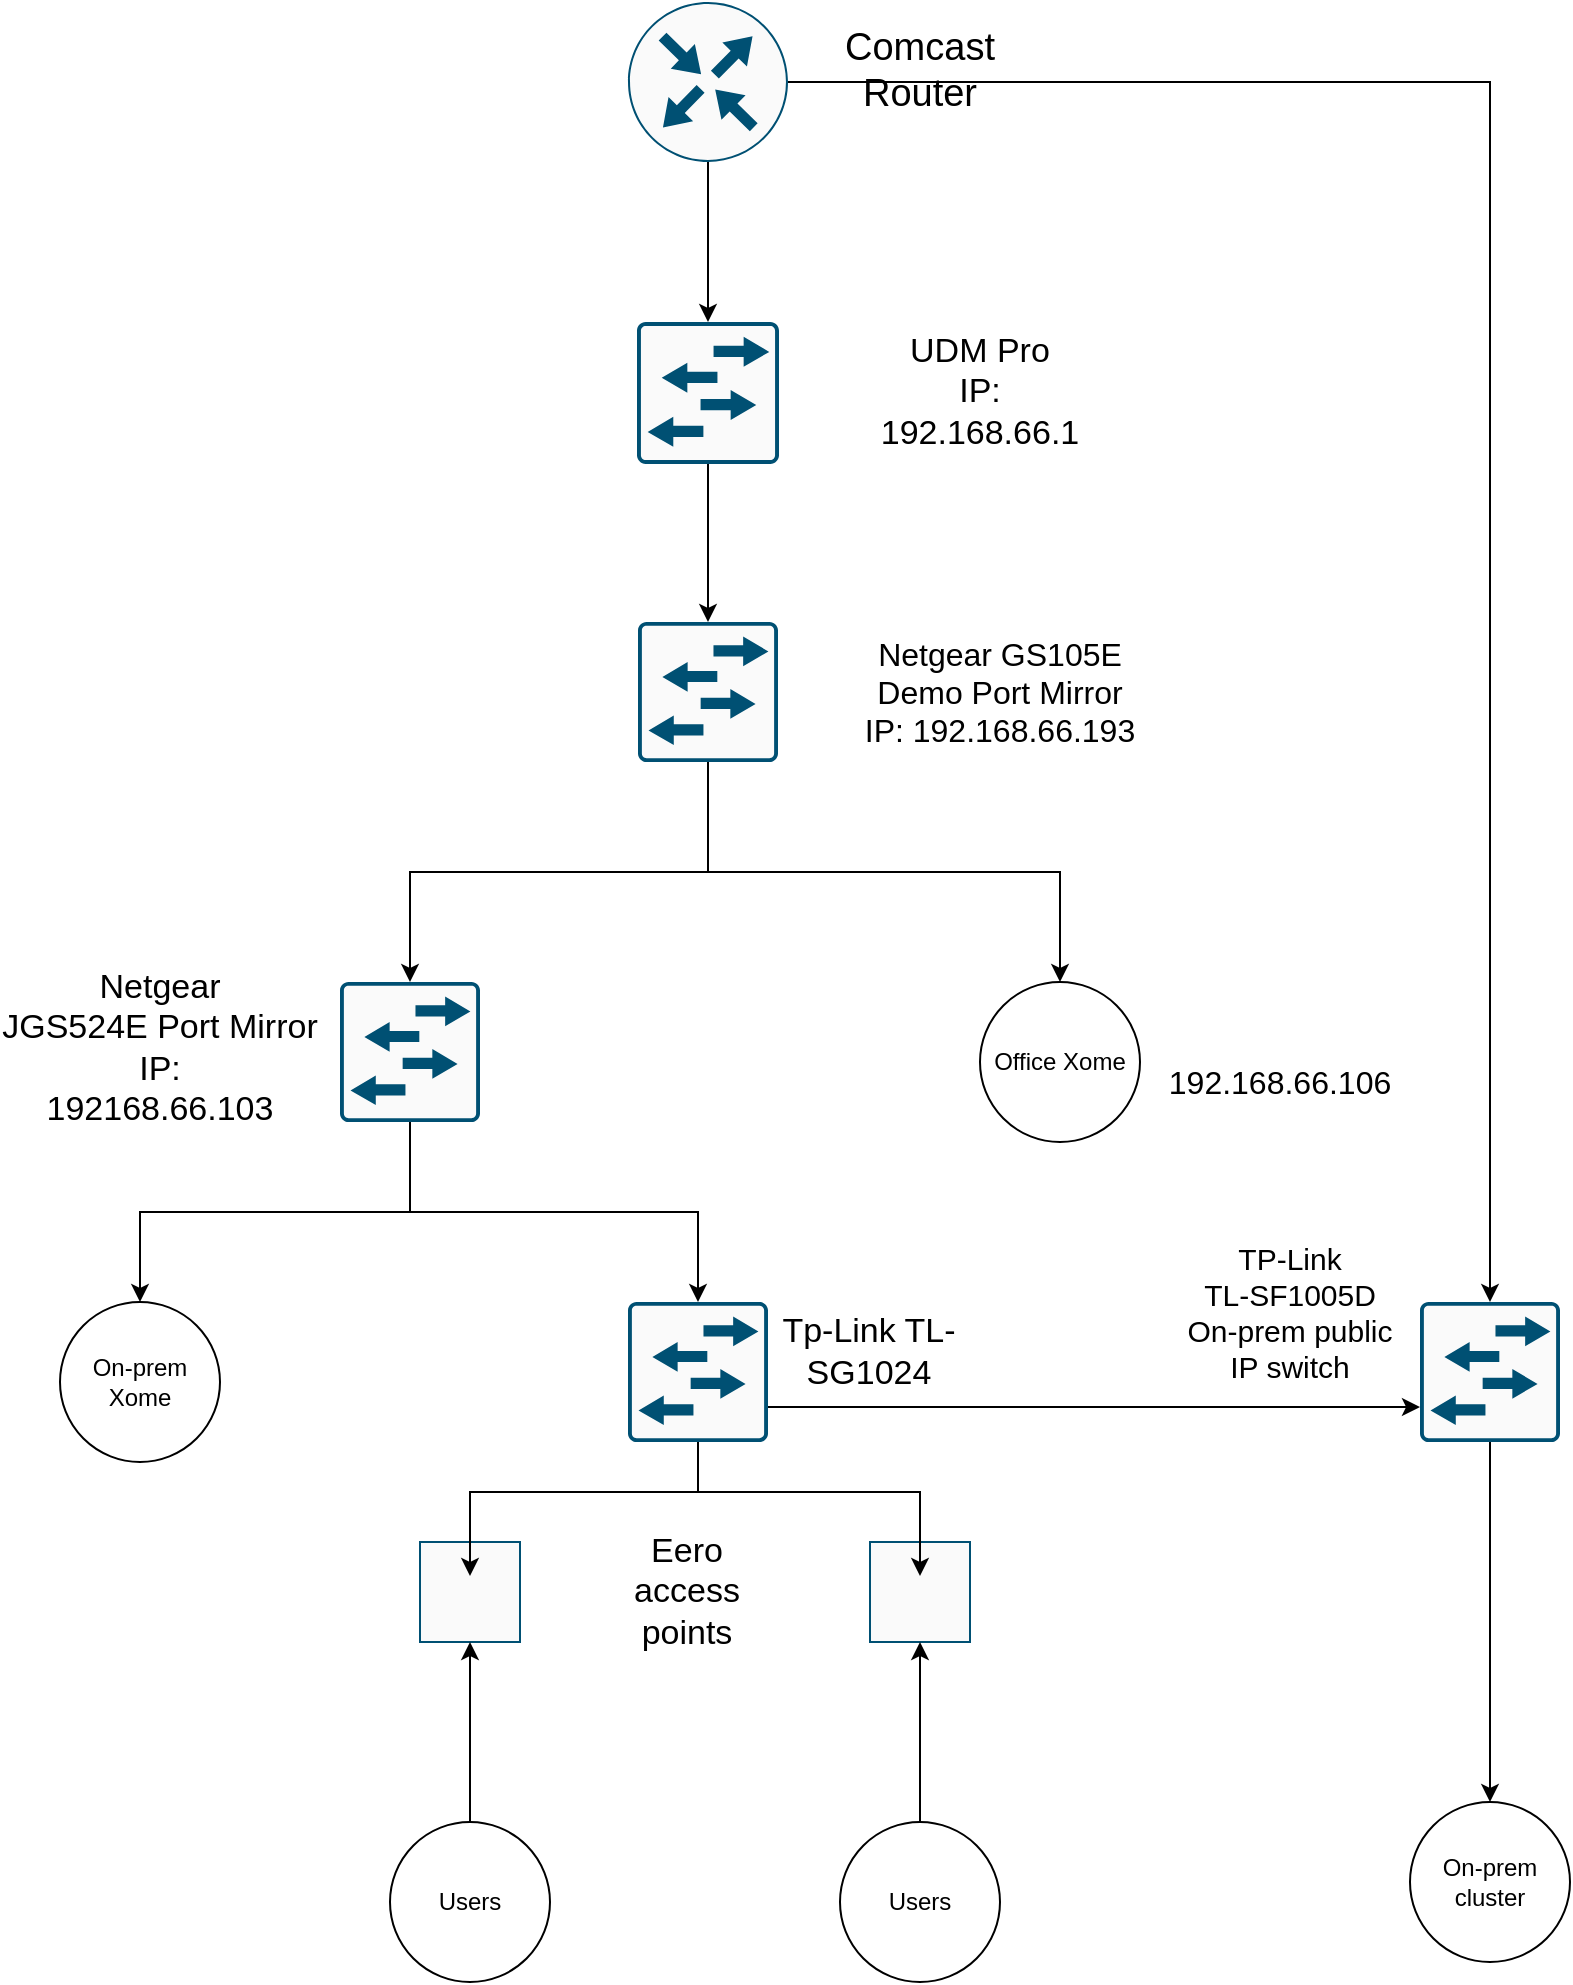
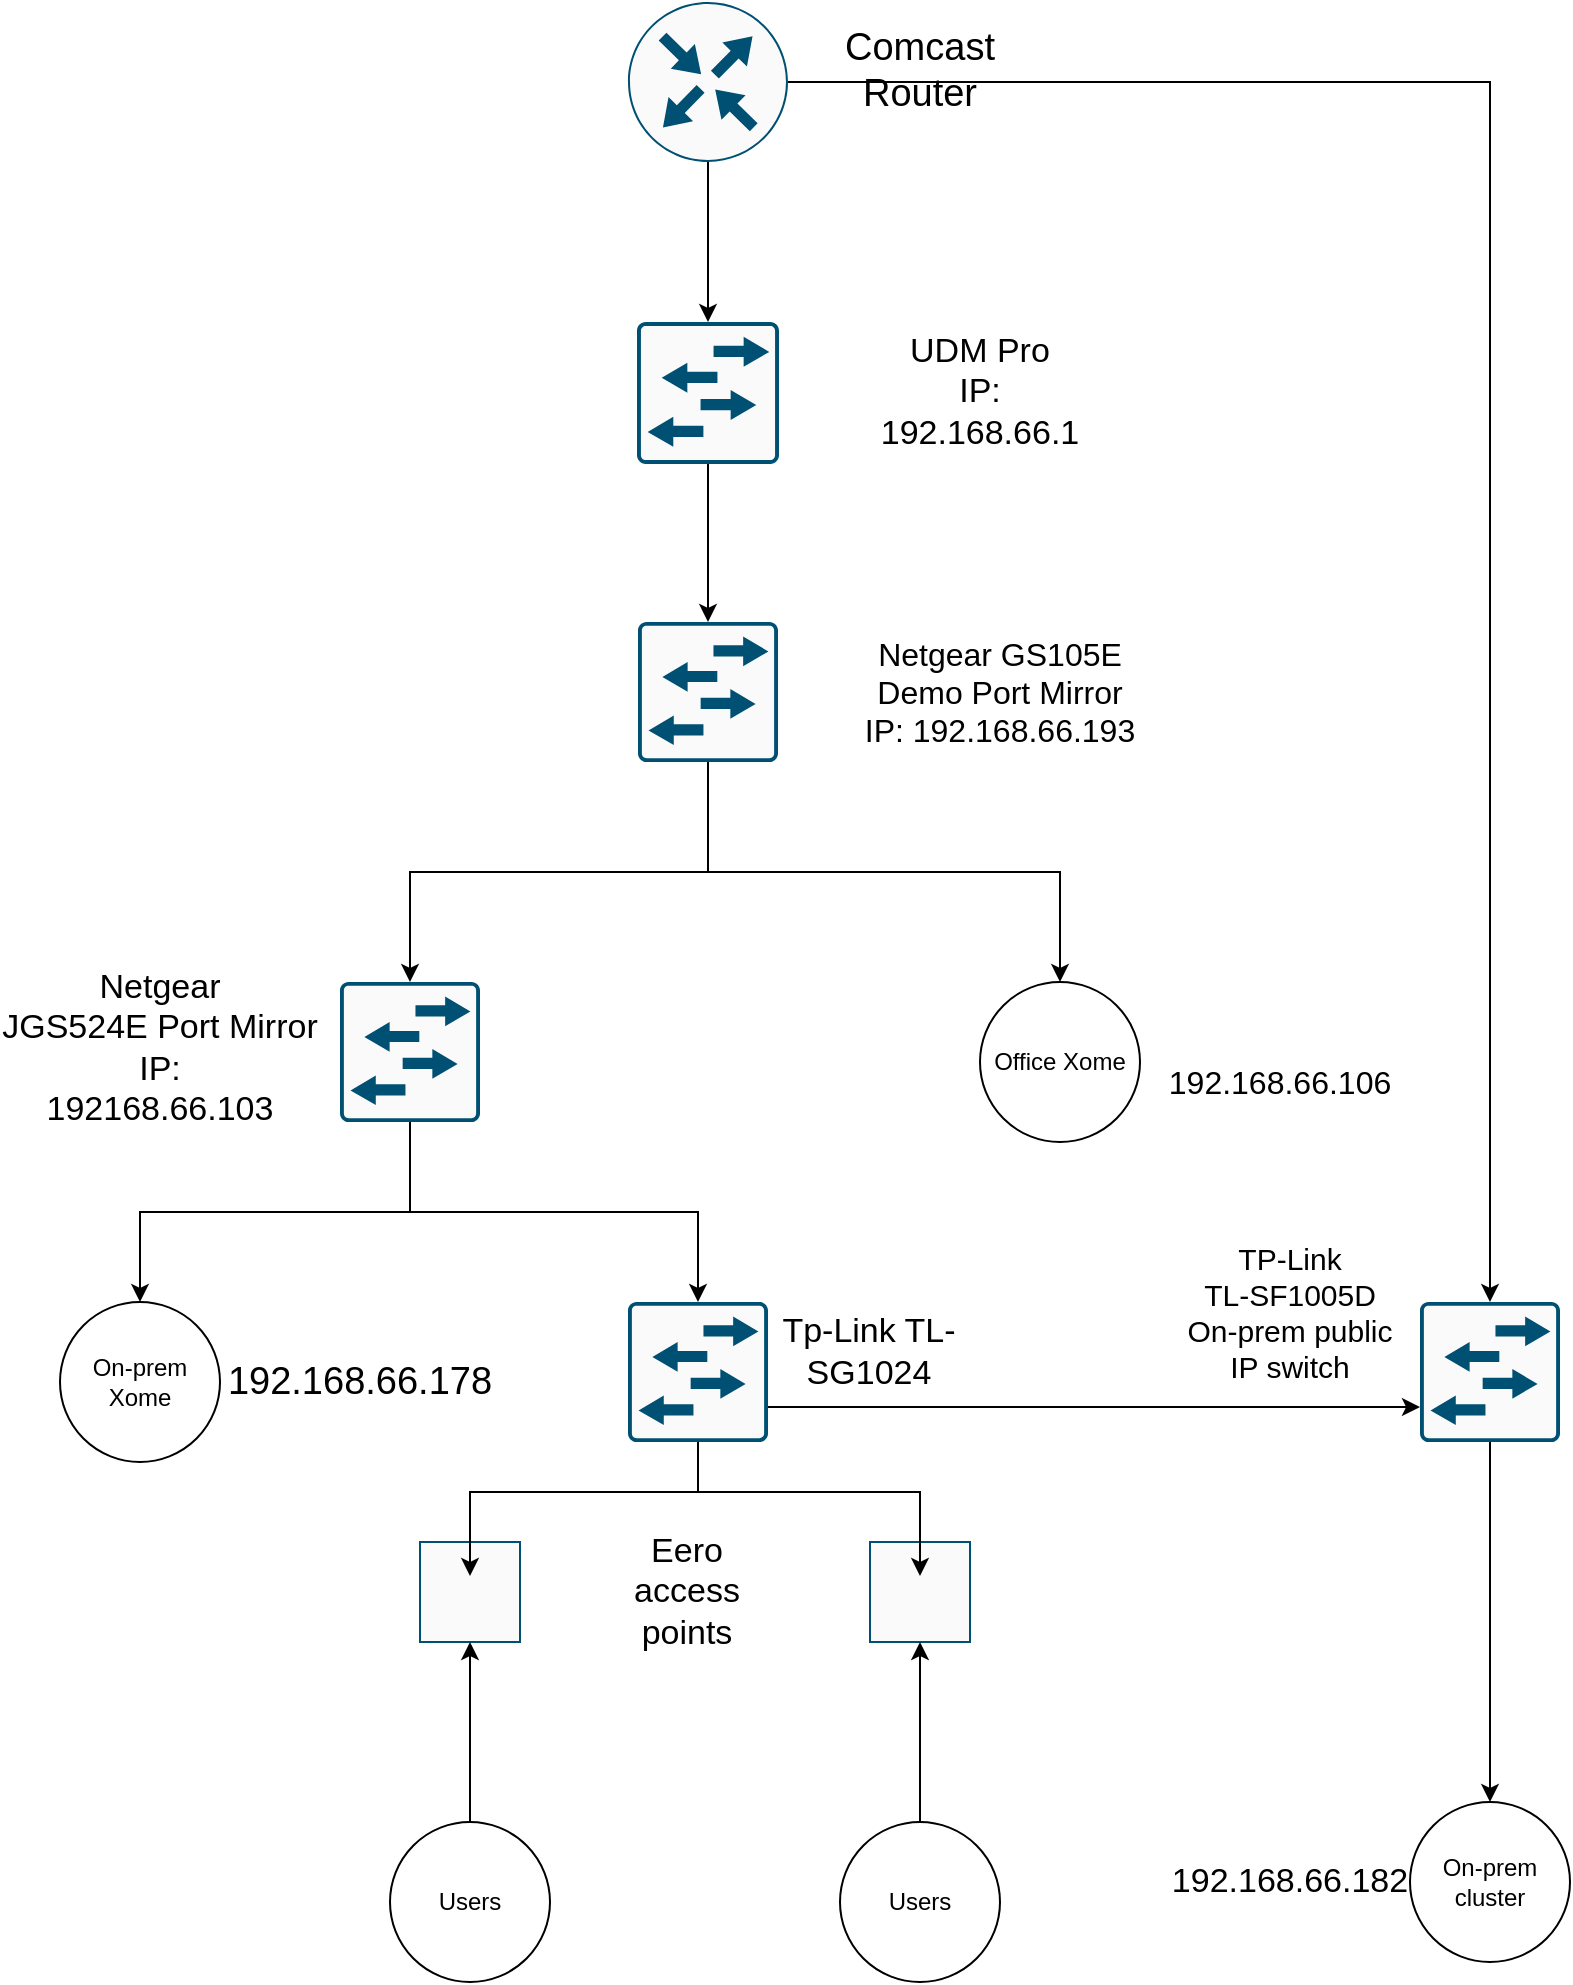
<mxfile host="app.diagrams.net" agent="Mozilla/5.0 (Windows NT 10.0; Win64; x64) AppleWebKit/537.36 (KHTML, like Gecko) Chrome/146.0.0.0 Safari/537.36" version="29.6.1">
  <diagram name="Page-1" id="R-Y7KBuCbYG2AV0lnIDv">
-     <mxGraphModel dx="1426" dy="777" grid="1" gridSize="10" guides="1" tooltips="1" connect="1" arrows="1" fold="1" page="1" pageScale="1" pageWidth="850" pageHeight="1100" math="0" shadow="0">
+     <mxGraphModel dx="2037" dy="1110" grid="1" gridSize="10" guides="1" tooltips="1" connect="1" arrows="1" fold="1" page="1" pageScale="1" pageWidth="850" pageHeight="1100" math="0" shadow="0">
      <root>
        <mxCell id="0" />
        <mxCell id="1" parent="0" />
        <mxCell id="pAvqiTL6ukbmrRwUFuv0-3" parent="1" style="text;html=1;whiteSpace=wrap;strokeColor=none;fillColor=none;align=center;verticalAlign=middle;rounded=0;" value="&lt;font style=&quot;font-size: 19px;&quot;&gt;Comcast Router&lt;/font&gt;" vertex="1">
          <mxGeometry height="30" width="60" x="480" y="59" as="geometry" />
        </mxCell>
        <mxCell id="pAvqiTL6ukbmrRwUFuv0-4" parent="1" style="sketch=0;points=[[0.015,0.015,0],[0.985,0.015,0],[0.985,0.985,0],[0.015,0.985,0],[0.25,0,0],[0.5,0,0],[0.75,0,0],[1,0.25,0],[1,0.5,0],[1,0.75,0],[0.75,1,0],[0.5,1,0],[0.25,1,0],[0,0.75,0],[0,0.5,0],[0,0.25,0]];verticalLabelPosition=bottom;html=1;verticalAlign=top;aspect=fixed;align=center;pointerEvents=1;shape=mxgraph.cisco19.rect;prIcon=l2_switch;fillColor=#FAFAFA;strokeColor=#005073;" value="" vertex="1">
          <mxGeometry height="71" width="71" x="368.5" y="200" as="geometry" />
        </mxCell>
        <mxCell id="pAvqiTL6ukbmrRwUFuv0-7" parent="1" style="sketch=0;points=[[0.5,0,0],[1,0.5,0],[0.5,1,0],[0,0.5,0],[0.145,0.145,0],[0.8555,0.145,0],[0.855,0.8555,0],[0.145,0.855,0]];verticalLabelPosition=bottom;html=1;verticalAlign=top;aspect=fixed;align=center;pointerEvents=1;shape=mxgraph.cisco19.rect;prIcon=router;fillColor=#FAFAFA;strokeColor=#005073;" value="" vertex="1">
          <mxGeometry height="80" width="80" x="364" y="40" as="geometry" />
        </mxCell>
        <mxCell id="pAvqiTL6ukbmrRwUFuv0-8" edge="1" parent="1" source="pAvqiTL6ukbmrRwUFuv0-7" style="edgeStyle=orthogonalEdgeStyle;rounded=0;orthogonalLoop=1;jettySize=auto;html=1;exitX=0.5;exitY=1;exitDx=0;exitDy=0;exitPerimeter=0;entryX=0.5;entryY=0;entryDx=0;entryDy=0;entryPerimeter=0;" target="pAvqiTL6ukbmrRwUFuv0-4">
          <mxGeometry relative="1" as="geometry" />
        </mxCell>
        <mxCell id="pAvqiTL6ukbmrRwUFuv0-9" parent="1" style="text;html=1;whiteSpace=wrap;strokeColor=none;fillColor=none;align=center;verticalAlign=middle;rounded=0;" value="&lt;font style=&quot;font-size: 17px;&quot;&gt;UDM Pro&lt;/font&gt;&lt;div&gt;&lt;font style=&quot;font-size: 17px;&quot;&gt;IP:&lt;/font&gt;&lt;/div&gt;&lt;div&gt;&lt;font style=&quot;font-size: 17px;&quot;&gt;192.168.66.1&lt;/font&gt;&lt;/div&gt;" vertex="1">
          <mxGeometry height="70" width="120" x="480" y="200" as="geometry" />
        </mxCell>
        <mxCell id="pAvqiTL6ukbmrRwUFuv0-14" edge="1" parent="1" source="pAvqiTL6ukbmrRwUFuv0-10" style="edgeStyle=orthogonalEdgeStyle;rounded=0;orthogonalLoop=1;jettySize=auto;html=1;exitX=0.5;exitY=1;exitDx=0;exitDy=0;exitPerimeter=0;entryX=0.5;entryY=0;entryDx=0;entryDy=0;" target="pAvqiTL6ukbmrRwUFuv0-13">
          <mxGeometry relative="1" as="geometry" />
        </mxCell>
        <mxCell id="pAvqiTL6ukbmrRwUFuv0-10" parent="1" style="sketch=0;points=[[0.015,0.015,0],[0.985,0.015,0],[0.985,0.985,0],[0.015,0.985,0],[0.25,0,0],[0.5,0,0],[0.75,0,0],[1,0.25,0],[1,0.5,0],[1,0.75,0],[0.75,1,0],[0.5,1,0],[0.25,1,0],[0,0.75,0],[0,0.5,0],[0,0.25,0]];verticalLabelPosition=bottom;html=1;verticalAlign=top;aspect=fixed;align=center;pointerEvents=1;shape=mxgraph.cisco19.rect;prIcon=l2_switch;fillColor=#FAFAFA;strokeColor=#005073;" value="" vertex="1">
          <mxGeometry height="70" width="70" x="369" y="350" as="geometry" />
        </mxCell>
        <mxCell id="pAvqiTL6ukbmrRwUFuv0-11" edge="1" parent="1" source="pAvqiTL6ukbmrRwUFuv0-4" style="edgeStyle=orthogonalEdgeStyle;rounded=0;orthogonalLoop=1;jettySize=auto;html=1;exitX=0.5;exitY=1;exitDx=0;exitDy=0;exitPerimeter=0;entryX=0.5;entryY=0;entryDx=0;entryDy=0;entryPerimeter=0;" target="pAvqiTL6ukbmrRwUFuv0-10">
          <mxGeometry relative="1" as="geometry" />
        </mxCell>
        <mxCell id="pAvqiTL6ukbmrRwUFuv0-12" parent="1" style="text;html=1;whiteSpace=wrap;strokeColor=none;fillColor=none;align=center;verticalAlign=middle;rounded=0;" value="&lt;font style=&quot;font-size: 16px;&quot;&gt;Netgear GS105E Demo Port Mirror&lt;/font&gt;&lt;div&gt;&lt;font style=&quot;font-size: 16px;&quot;&gt;IP: 192.168.66.193&lt;/font&gt;&lt;/div&gt;" vertex="1">
          <mxGeometry height="90" width="160" x="470" y="340" as="geometry" />
        </mxCell>
        <mxCell id="pAvqiTL6ukbmrRwUFuv0-13" parent="1" style="ellipse;whiteSpace=wrap;html=1;aspect=fixed;" value="Office Xome" vertex="1">
          <mxGeometry height="80" width="80" x="540" y="530" as="geometry" />
        </mxCell>
        <mxCell id="pAvqiTL6ukbmrRwUFuv0-21" edge="1" parent="1" source="pAvqiTL6ukbmrRwUFuv0-16" style="edgeStyle=orthogonalEdgeStyle;rounded=0;orthogonalLoop=1;jettySize=auto;html=1;exitX=0.5;exitY=1;exitDx=0;exitDy=0;exitPerimeter=0;entryX=0.5;entryY=0;entryDx=0;entryDy=0;" target="pAvqiTL6ukbmrRwUFuv0-20">
          <mxGeometry relative="1" as="geometry" />
        </mxCell>
        <mxCell id="pAvqiTL6ukbmrRwUFuv0-16" parent="1" style="sketch=0;points=[[0.015,0.015,0],[0.985,0.015,0],[0.985,0.985,0],[0.015,0.985,0],[0.25,0,0],[0.5,0,0],[0.75,0,0],[1,0.25,0],[1,0.5,0],[1,0.75,0],[0.75,1,0],[0.5,1,0],[0.25,1,0],[0,0.75,0],[0,0.5,0],[0,0.25,0]];verticalLabelPosition=bottom;html=1;verticalAlign=top;aspect=fixed;align=center;pointerEvents=1;shape=mxgraph.cisco19.rect;prIcon=l2_switch;fillColor=#FAFAFA;strokeColor=#005073;" value="" vertex="1">
          <mxGeometry height="70" width="70" x="220" y="530" as="geometry" />
        </mxCell>
        <mxCell id="pAvqiTL6ukbmrRwUFuv0-17" edge="1" parent="1" source="pAvqiTL6ukbmrRwUFuv0-10" style="edgeStyle=orthogonalEdgeStyle;rounded=0;orthogonalLoop=1;jettySize=auto;html=1;exitX=0.5;exitY=1;exitDx=0;exitDy=0;exitPerimeter=0;entryX=0.5;entryY=0;entryDx=0;entryDy=0;entryPerimeter=0;" target="pAvqiTL6ukbmrRwUFuv0-16">
          <mxGeometry relative="1" as="geometry" />
        </mxCell>
        <mxCell id="pAvqiTL6ukbmrRwUFuv0-18" parent="1" style="text;html=1;whiteSpace=wrap;strokeColor=none;fillColor=none;align=center;verticalAlign=middle;rounded=0;" value="&lt;font style=&quot;font-size: 17px;&quot;&gt;Netgear&lt;/font&gt;&lt;div&gt;&lt;font style=&quot;font-size: 17px;&quot;&gt;JGS524E Port Mirror IP:&lt;/font&gt;&lt;/div&gt;&lt;div&gt;&lt;font style=&quot;font-size: 17px;&quot;&gt;192168.66.103&lt;/font&gt;&lt;/div&gt;" vertex="1">
          <mxGeometry height="95" width="160" x="50" y="515" as="geometry" />
        </mxCell>
        <mxCell id="pAvqiTL6ukbmrRwUFuv0-19" parent="1" style="text;html=1;whiteSpace=wrap;strokeColor=none;fillColor=none;align=center;verticalAlign=middle;rounded=0;" value="&lt;font style=&quot;font-size: 16px;&quot;&gt;192.168.66.106&lt;/font&gt;" vertex="1">
          <mxGeometry height="40" width="120" x="630" y="560" as="geometry" />
        </mxCell>
        <mxCell id="pAvqiTL6ukbmrRwUFuv0-20" parent="1" style="ellipse;whiteSpace=wrap;html=1;aspect=fixed;" value="On-prem Xome" vertex="1">
          <mxGeometry height="80" width="80" x="80" y="690" as="geometry" />
        </mxCell>
        <mxCell id="pAvqiTL6ukbmrRwUFuv0-22" parent="1" style="sketch=0;points=[[0.015,0.015,0],[0.985,0.015,0],[0.985,0.985,0],[0.015,0.985,0],[0.25,0,0],[0.5,0,0],[0.75,0,0],[1,0.25,0],[1,0.5,0],[1,0.75,0],[0.75,1,0],[0.5,1,0],[0.25,1,0],[0,0.75,0],[0,0.5,0],[0,0.25,0]];verticalLabelPosition=bottom;html=1;verticalAlign=top;aspect=fixed;align=center;pointerEvents=1;shape=mxgraph.cisco19.rect;prIcon=l2_switch;fillColor=#FAFAFA;strokeColor=#005073;" value="" vertex="1">
          <mxGeometry height="70" width="70" x="364" y="690" as="geometry" />
        </mxCell>
        <mxCell id="pAvqiTL6ukbmrRwUFuv0-23" parent="1" style="text;html=1;whiteSpace=wrap;strokeColor=none;fillColor=none;align=center;verticalAlign=middle;rounded=0;" value="&lt;font style=&quot;font-size: 17px;&quot;&gt;Tp-Link TL-SG1024&lt;/font&gt;" vertex="1">
          <mxGeometry height="30" width="90.5" x="439" y="700" as="geometry" />
        </mxCell>
        <mxCell id="pAvqiTL6ukbmrRwUFuv0-24" edge="1" parent="1" source="pAvqiTL6ukbmrRwUFuv0-16" style="edgeStyle=orthogonalEdgeStyle;rounded=0;orthogonalLoop=1;jettySize=auto;html=1;exitX=0.5;exitY=1;exitDx=0;exitDy=0;exitPerimeter=0;entryX=0.5;entryY=0;entryDx=0;entryDy=0;entryPerimeter=0;" target="pAvqiTL6ukbmrRwUFuv0-22">
          <mxGeometry relative="1" as="geometry" />
        </mxCell>
        <mxCell id="pAvqiTL6ukbmrRwUFuv0-25" parent="1" style="points=[[0.03,0.36,0],[0.18,0,0],[0.5,0.34,0],[0.82,0,0],[0.97,0.36,0],[1,0.67,0],[0.975,0.975,0],[0.5,1,0],[0.025,0.975,0],[0,0.67,0]];verticalLabelPosition=bottom;sketch=0;html=1;verticalAlign=top;aspect=fixed;align=center;pointerEvents=1;shape=mxgraph.cisco19.wireless_access_point2;fillColor=#fafafa;strokeColor=#005073;" value="" vertex="1">
          <mxGeometry height="50" width="50" x="260" y="810" as="geometry" />
        </mxCell>
        <mxCell id="pAvqiTL6ukbmrRwUFuv0-26" parent="1" style="points=[[0.03,0.36,0],[0.18,0,0],[0.5,0.34,0],[0.82,0,0],[0.97,0.36,0],[1,0.67,0],[0.975,0.975,0],[0.5,1,0],[0.025,0.975,0],[0,0.67,0]];verticalLabelPosition=bottom;sketch=0;html=1;verticalAlign=top;aspect=fixed;align=center;pointerEvents=1;shape=mxgraph.cisco19.wireless_access_point2;fillColor=#fafafa;strokeColor=#005073;" value="" vertex="1">
          <mxGeometry height="50" width="50" x="485" y="810" as="geometry" />
        </mxCell>
        <mxCell id="pAvqiTL6ukbmrRwUFuv0-27" edge="1" parent="1" source="pAvqiTL6ukbmrRwUFuv0-22" style="edgeStyle=orthogonalEdgeStyle;rounded=0;orthogonalLoop=1;jettySize=auto;html=1;exitX=0.5;exitY=1;exitDx=0;exitDy=0;exitPerimeter=0;entryX=0.5;entryY=0.34;entryDx=0;entryDy=0;entryPerimeter=0;" target="pAvqiTL6ukbmrRwUFuv0-25">
          <mxGeometry relative="1" as="geometry" />
        </mxCell>
        <mxCell id="pAvqiTL6ukbmrRwUFuv0-28" edge="1" parent="1" source="pAvqiTL6ukbmrRwUFuv0-22" style="edgeStyle=orthogonalEdgeStyle;rounded=0;orthogonalLoop=1;jettySize=auto;html=1;exitX=0.5;exitY=1;exitDx=0;exitDy=0;exitPerimeter=0;entryX=0.5;entryY=0.34;entryDx=0;entryDy=0;entryPerimeter=0;" target="pAvqiTL6ukbmrRwUFuv0-26">
          <mxGeometry relative="1" as="geometry" />
        </mxCell>
        <mxCell id="pAvqiTL6ukbmrRwUFuv0-29" parent="1" style="text;html=1;whiteSpace=wrap;strokeColor=none;fillColor=none;align=center;verticalAlign=middle;rounded=0;" value="&lt;font style=&quot;font-size: 17px;&quot;&gt;Eero access points&lt;/font&gt;" vertex="1">
          <mxGeometry height="50" width="81" x="353" y="810" as="geometry" />
        </mxCell>
        <mxCell id="pAvqiTL6ukbmrRwUFuv0-30" parent="1" style="ellipse;whiteSpace=wrap;html=1;aspect=fixed;" value="Users" vertex="1">
          <mxGeometry height="80" width="80" x="245" y="950" as="geometry" />
        </mxCell>
        <mxCell id="pAvqiTL6ukbmrRwUFuv0-31" parent="1" style="ellipse;whiteSpace=wrap;html=1;aspect=fixed;" value="Users" vertex="1">
          <mxGeometry height="80" width="80" x="470" y="950" as="geometry" />
        </mxCell>
        <mxCell id="pAvqiTL6ukbmrRwUFuv0-32" edge="1" parent="1" source="pAvqiTL6ukbmrRwUFuv0-30" style="edgeStyle=orthogonalEdgeStyle;rounded=0;orthogonalLoop=1;jettySize=auto;html=1;exitX=0.5;exitY=0;exitDx=0;exitDy=0;entryX=0.5;entryY=1;entryDx=0;entryDy=0;entryPerimeter=0;" target="pAvqiTL6ukbmrRwUFuv0-25">
          <mxGeometry relative="1" as="geometry" />
        </mxCell>
        <mxCell id="pAvqiTL6ukbmrRwUFuv0-33" edge="1" parent="1" source="pAvqiTL6ukbmrRwUFuv0-31" style="edgeStyle=orthogonalEdgeStyle;rounded=0;orthogonalLoop=1;jettySize=auto;html=1;exitX=0.5;exitY=0;exitDx=0;exitDy=0;entryX=0.5;entryY=1;entryDx=0;entryDy=0;entryPerimeter=0;" target="pAvqiTL6ukbmrRwUFuv0-26">
          <mxGeometry relative="1" as="geometry" />
        </mxCell>
        <mxCell id="pAvqiTL6ukbmrRwUFuv0-39" edge="1" parent="1" source="pAvqiTL6ukbmrRwUFuv0-34" style="edgeStyle=orthogonalEdgeStyle;rounded=0;orthogonalLoop=1;jettySize=auto;html=1;exitX=0.5;exitY=1;exitDx=0;exitDy=0;exitPerimeter=0;entryX=0.5;entryY=0;entryDx=0;entryDy=0;" target="pAvqiTL6ukbmrRwUFuv0-38">
          <mxGeometry relative="1" as="geometry" />
        </mxCell>
        <mxCell id="pAvqiTL6ukbmrRwUFuv0-34" parent="1" style="sketch=0;points=[[0.015,0.015,0],[0.985,0.015,0],[0.985,0.985,0],[0.015,0.985,0],[0.25,0,0],[0.5,0,0],[0.75,0,0],[1,0.25,0],[1,0.5,0],[1,0.75,0],[0.75,1,0],[0.5,1,0],[0.25,1,0],[0,0.75,0],[0,0.5,0],[0,0.25,0]];verticalLabelPosition=bottom;html=1;verticalAlign=top;aspect=fixed;align=center;pointerEvents=1;shape=mxgraph.cisco19.rect;prIcon=l2_switch;fillColor=#FAFAFA;strokeColor=#005073;" value="" vertex="1">
          <mxGeometry height="70" width="70" x="760" y="690" as="geometry" />
        </mxCell>
        <mxCell id="pAvqiTL6ukbmrRwUFuv0-35" edge="1" parent="1" source="pAvqiTL6ukbmrRwUFuv0-7" style="edgeStyle=orthogonalEdgeStyle;rounded=0;orthogonalLoop=1;jettySize=auto;html=1;exitX=1;exitY=0.5;exitDx=0;exitDy=0;exitPerimeter=0;entryX=0.5;entryY=0;entryDx=0;entryDy=0;entryPerimeter=0;" target="pAvqiTL6ukbmrRwUFuv0-34">
          <mxGeometry relative="1" as="geometry" />
        </mxCell>
        <mxCell id="pAvqiTL6ukbmrRwUFuv0-36" edge="1" parent="1" source="pAvqiTL6ukbmrRwUFuv0-22" style="edgeStyle=orthogonalEdgeStyle;rounded=0;orthogonalLoop=1;jettySize=auto;html=1;exitX=1;exitY=0.75;exitDx=0;exitDy=0;exitPerimeter=0;entryX=0;entryY=0.75;entryDx=0;entryDy=0;entryPerimeter=0;" target="pAvqiTL6ukbmrRwUFuv0-34">
          <mxGeometry relative="1" as="geometry" />
        </mxCell>
        <mxCell id="pAvqiTL6ukbmrRwUFuv0-37" parent="1" style="text;html=1;whiteSpace=wrap;strokeColor=none;fillColor=none;align=center;verticalAlign=middle;rounded=0;" value="&lt;div&gt;&lt;font style=&quot;font-size: 15px;&quot;&gt;TP-Link&lt;/font&gt;&lt;/div&gt;&lt;font style=&quot;font-size: 15px;&quot;&gt;TL-SF1005D&lt;/font&gt;&lt;div&gt;&lt;span style=&quot;font-size: 15px;&quot;&gt;On-prem public IP switch&lt;/span&gt;&lt;/div&gt;" vertex="1">
          <mxGeometry height="30" width="110" x="640" y="680" as="geometry" />
        </mxCell>
        <mxCell id="pAvqiTL6ukbmrRwUFuv0-38" parent="1" style="ellipse;whiteSpace=wrap;html=1;aspect=fixed;" value="On-prem cluster" vertex="1">
          <mxGeometry height="80" width="80" x="755" y="940" as="geometry" />
        </mxCell>
+         <mxCell id="pAvqiTL6ukbmrRwUFuv0-40" parent="1" style="text;html=1;whiteSpace=wrap;strokeColor=none;fillColor=none;align=center;verticalAlign=middle;rounded=0;" value="&lt;font style=&quot;font-size: 19px;&quot;&gt;192.168.66.178&lt;/font&gt;" vertex="1">
+           <mxGeometry height="30" width="140" x="160" y="715" as="geometry" />
+         </mxCell>
+         <mxCell id="pAvqiTL6ukbmrRwUFuv0-41" parent="1" style="text;html=1;whiteSpace=wrap;strokeColor=none;fillColor=none;align=center;verticalAlign=middle;rounded=0;" value="&lt;font style=&quot;font-size: 17px;&quot;&gt;192.168.66.182&lt;/font&gt;" vertex="1">
+           <mxGeometry height="30" width="60" x="665" y="965" as="geometry" />
+         </mxCell>
      </root>
    </mxGraphModel>
  </diagram>
</mxfile>
